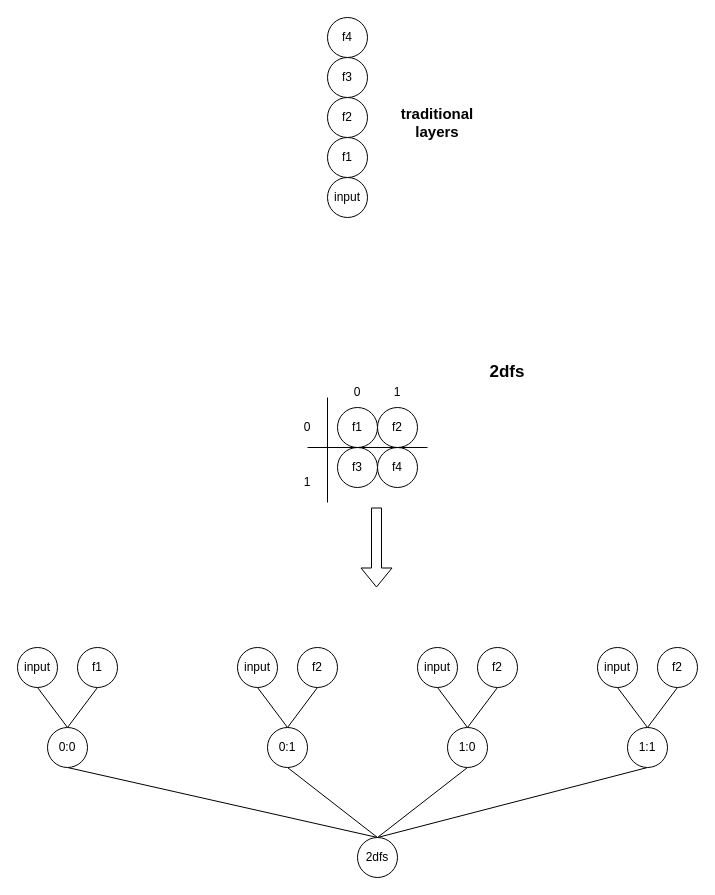
Before: examples/simple-2dfs/explanation.drawio in 2DFS/2dfs-builder, a draw.io diagram. Source tidied: cells renumbered, new cells numbered last; positions are measured from the earlier drawing's top-left corner, leaving out a move shared by most shapes. Both pictures are drawn from the tidied source at 100%, with x=0, y=0 at pixel (17, 17).
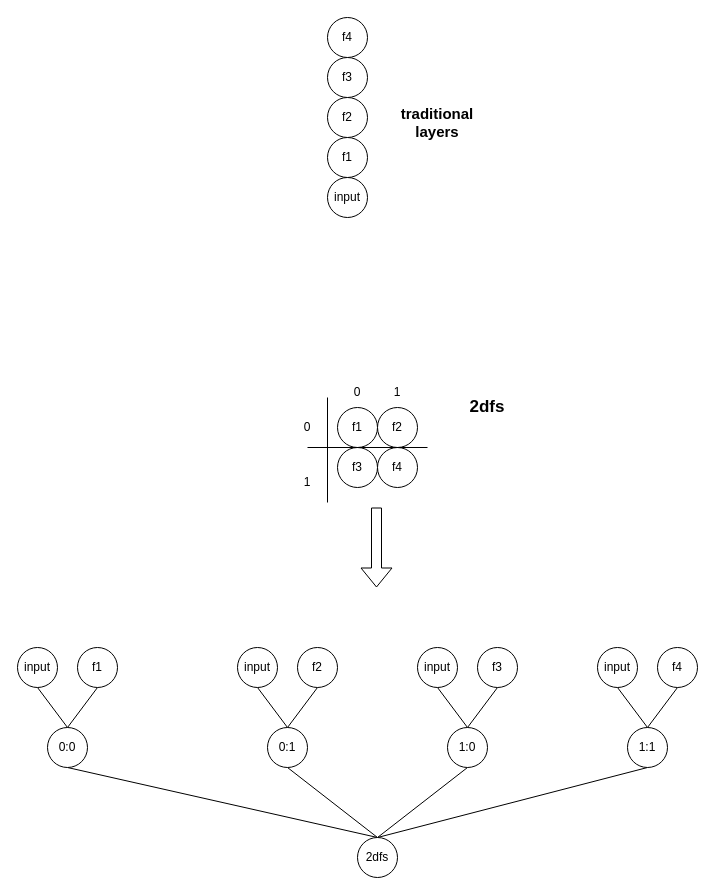
The same page after the edit.

The edit, as a diff of the source:
```diff
@@
     <mxCell id="21" value="&lt;b&gt;&lt;font style=&quot;font-size: 17px&quot;&gt;2dfs&lt;/font&gt;&lt;/b&gt;" style="text;html=1;strokeColor=none;fillColor=none;align=center;verticalAlign=middle;whiteSpace=wrap;rounded=0;" parent="1" vertex="1">
-      <mxGeometry x="460" y="340" width="60" height="30" as="geometry" />
+      <mxGeometry x="440" y="375" width="60" height="30" as="geometry" />
     </mxCell>
@@
-    <mxCell id="29" value="f2" style="ellipse;whiteSpace=wrap;html=1;" parent="1" vertex="1">
+    <mxCell id="29" value="f3" style="ellipse;whiteSpace=wrap;html=1;" parent="1" vertex="1">
       <mxGeometry x="460" y="630" width="40" height="40" as="geometry" />
     </mxCell>
@@
-    <mxCell id="33" value="f2" style="ellipse;whiteSpace=wrap;html=1;" parent="1" vertex="1">
+    <mxCell id="33" value="f4" style="ellipse;whiteSpace=wrap;html=1;" parent="1" vertex="1">
       <mxGeometry x="640" y="630" width="40" height="40" as="geometry" />
     </mxCell>
```
